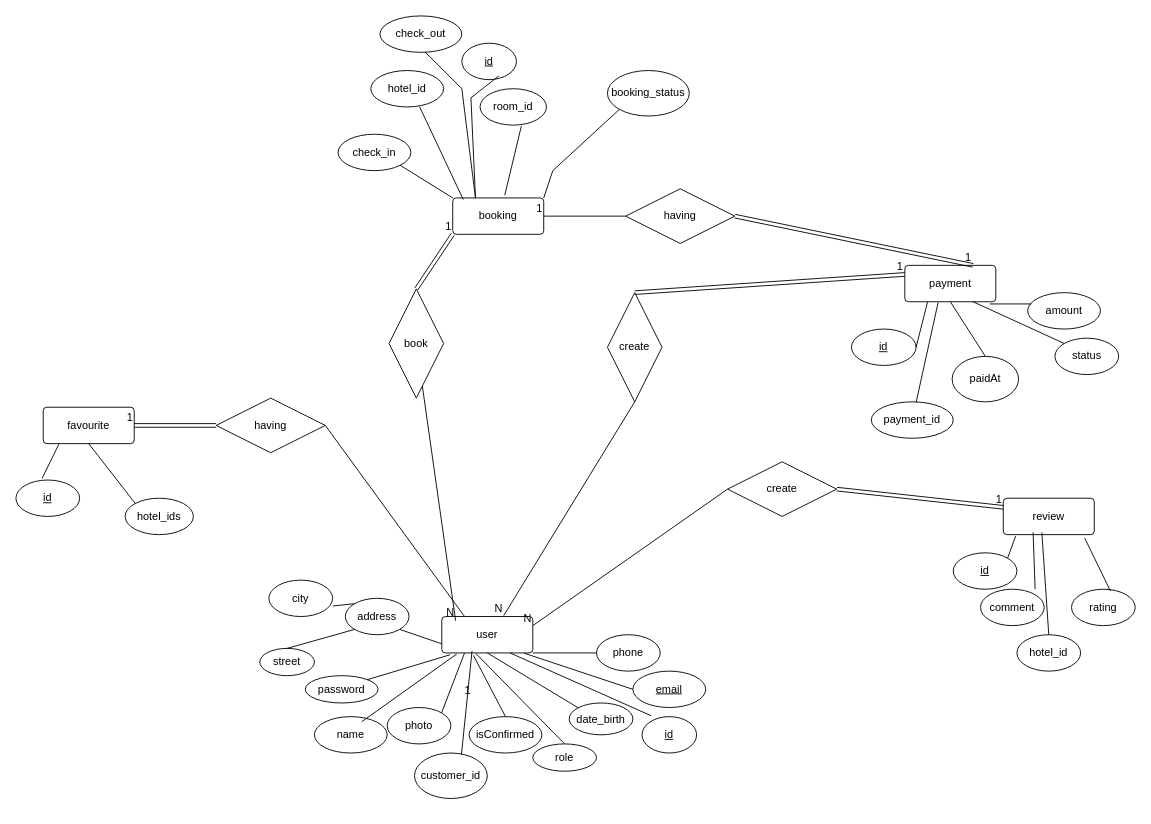
Earlier version of the draw.io diagram hotel_booking.drawio (Mohamedawad114/Hotel_Booking_System). Source tidied: cells renumbered, new cells numbered last; positions are measured from the earlier drawing's top-left corner, leaving out a move shared by most shapes. Both pictures are drawn from the tidied source at 91%, with x=0, y=0 at pixel (15, 15).
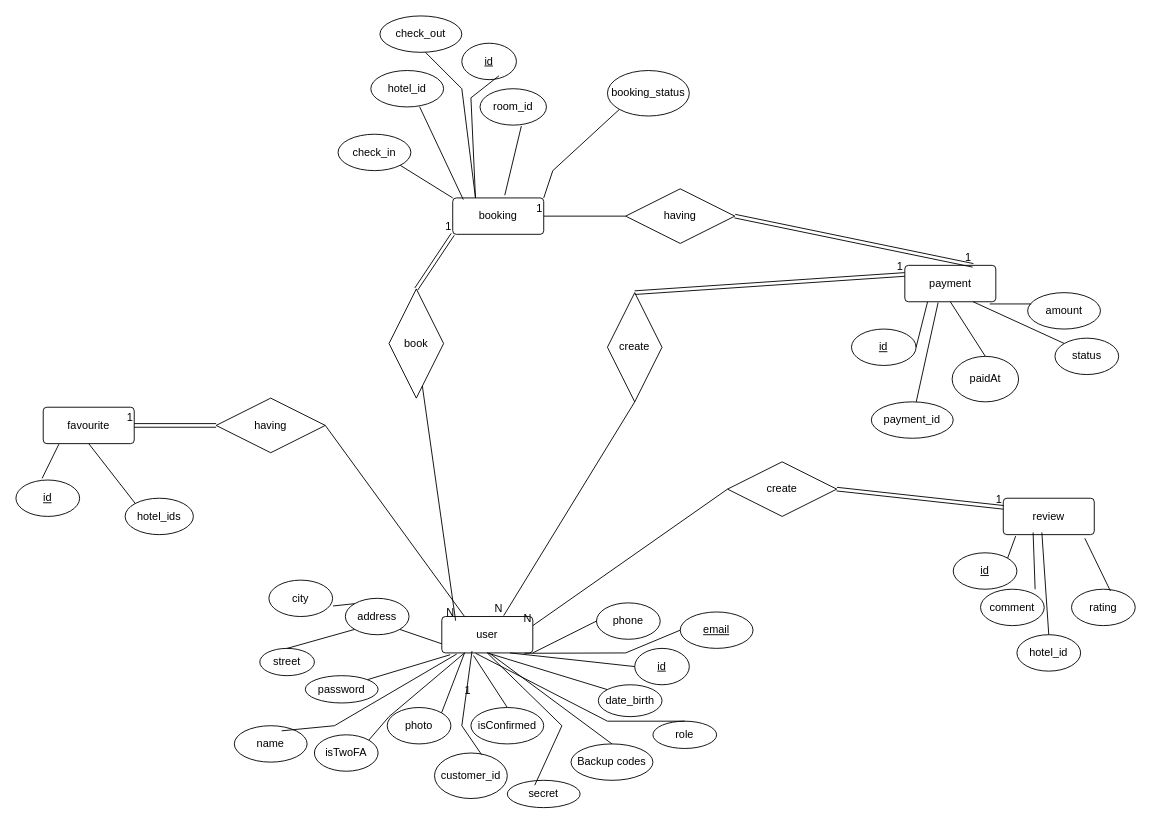
After the change.

The change refers to these unchanged cells:
```xml
<mxCell id="2" value="user" style="rounded=1;arcSize=10;whiteSpace=wrap;html=1;align=center;" parent="1" vertex="1">
  <mxGeometry x="468" y="660" width="100" height="40" as="geometry" />
</mxCell>
```

Diff of the diagram source:
```diff
@@
     <mxCell id="3" value="email" style="ellipse;whiteSpace=wrap;html=1;align=center;fontStyle=4;" parent="1" vertex="1">
-      <mxGeometry x="678" y="720" width="80" height="40" as="geometry" />
+      <mxGeometry x="730" y="655" width="80" height="40" as="geometry" />
     </mxCell>
     <mxCell id="4" value="id" style="ellipse;whiteSpace=wrap;html=1;align=center;fontStyle=4;" parent="1" vertex="1">
-      <mxGeometry x="688" y="770" width="60" height="40" as="geometry" />
+      <mxGeometry x="680" y="695" width="60" height="40" as="geometry" />
     </mxCell>
     <mxCell id="5" value="role" style="ellipse;whiteSpace=wrap;html=1;align=center;" parent="1" vertex="1">
-      <mxGeometry x="568" y="800" width="70" height="30" as="geometry" />
+      <mxGeometry x="700" y="775" width="70" height="30" as="geometry" />
     </mxCell>
     <mxCell id="6" value="name" style="ellipse;whiteSpace=wrap;html=1;align=center;" parent="1" vertex="1">
-      <mxGeometry x="328" y="770" width="80" height="40" as="geometry" />
+      <mxGeometry x="240" y="780" width="80" height="40" as="geometry" />
     </mxCell>
     <mxCell id="7" value="customer_id" style="ellipse;whiteSpace=wrap;html=1;align=center;" parent="1" vertex="1">
-      <mxGeometry x="438" y="810" width="80" height="50" as="geometry" />
+      <mxGeometry x="460" y="810" width="80" height="50" as="geometry" />
     </mxCell>
@@
     <mxCell id="9" value="phone" style="ellipse;whiteSpace=wrap;html=1;align=center;" parent="1" vertex="1">
-      <mxGeometry x="638" y="680" width="70" height="40" as="geometry" />
+      <mxGeometry x="638" y="645" width="70" height="40" as="geometry" />
     </mxCell>
@@
     <mxCell id="11" value="date_birth" style="ellipse;whiteSpace=wrap;html=1;align=center;" parent="1" vertex="1">
-      <mxGeometry x="608" y="755" width="70" height="35" as="geometry" />
+      <mxGeometry x="640" y="735" width="70" height="35" as="geometry" />
     </mxCell>
     <mxCell id="12" value="isConfirmed" style="ellipse;whiteSpace=wrap;html=1;align=center;" parent="1" vertex="1">
-      <mxGeometry x="498" y="770" width="80" height="40" as="geometry" />
+      <mxGeometry x="500" y="760" width="80" height="40" as="geometry" />
     </mxCell>
@@
     <mxCell id="18" style="endArrow=none;html=1;rounded=0;exitX=0.65;exitY=0.14;exitDx=0;exitDy=0;exitPerimeter=0;entryX=0.164;entryY=1.03;entryDx=0;entryDy=0;entryPerimeter=0;" parent="1" edge="1" source="6" target="2">
-      <mxGeometry relative="1" as="geometry" />
+      <mxGeometry relative="1" as="geometry">
+        <Array as="points">
+          <mxPoint x="350" y="780" />
+        </Array>
+      </mxGeometry>
     </mxCell>
@@
     <mxCell id="20" style="endArrow=none;html=1;rounded=0;exitX=0.645;exitY=0.032;exitDx=0;exitDy=0;exitPerimeter=0;entryX=0.332;entryY=0.95;entryDx=0;entryDy=0;entryPerimeter=0;" parent="1" edge="1" source="7" target="2">
-      <mxGeometry relative="1" as="geometry" />
+      <mxGeometry relative="1" as="geometry">
+        <Array as="points">
+          <mxPoint x="490" y="780" />
+        </Array>
+      </mxGeometry>
     </mxCell>
@@
     <mxCell id="22" style="endArrow=none;html=1;rounded=0;exitX=0.372;exitY=1.01;exitDx=0;exitDy=0;exitPerimeter=0;entryX=0.5;entryY=0;entryDx=0;entryDy=0;" parent="1" edge="1" source="2" target="5">
-      <mxGeometry relative="1" as="geometry" />
+      <mxGeometry relative="1" as="geometry">
+        <Array as="points">
+          <mxPoint x="650" y="775" />
+        </Array>
+      </mxGeometry>
     </mxCell>
@@
-    <mxCell id="24" style="endArrow=none;html=1;rounded=0;exitX=0.75;exitY=1;exitDx=0;exitDy=0;" parent="1" edge="1" source="2">
-      <mxGeometry relative="1" as="geometry">
-        <mxPoint x="698" y="769" as="targetPoint" />
-      </mxGeometry>
+    <mxCell id="24" style="endArrow=none;html=1;rounded=0;exitX=0.75;exitY=1;exitDx=0;exitDy=0;entryX=0;entryY=0.5;entryDx=0;entryDy=0;" parent="1" edge="1" source="2" target="4">
+      <mxGeometry relative="1" as="geometry" />
     </mxCell>
     <mxCell id="25" style="endArrow=none;html=1;rounded=0;exitX=0.908;exitY=1.01;exitDx=0;exitDy=0;exitPerimeter=0;entryX=0;entryY=0.5;entryDx=0;entryDy=0;" parent="1" edge="1" source="2" target="3">
-      <mxGeometry relative="1" as="geometry" />
+      <mxGeometry relative="1" as="geometry">
+        <Array as="points">
+          <mxPoint x="670" y="700" />
+        </Array>
+      </mxGeometry>
     </mxCell>
@@
+    <mxCell id="92" value="Backup codes" style="ellipse;whiteSpace=wrap;html=1;align=center;" parent="1" vertex="1">
+      <mxGeometry x="610" y="800" width="90" height="40" as="geometry" />
+    </mxCell>
+    <mxCell id="93" value="isTwoFA" style="ellipse;whiteSpace=wrap;html=1;align=center;" parent="1" vertex="1">
+      <mxGeometry x="328" y="790" width="70" height="40" as="geometry" />
+    </mxCell>
+    <mxCell id="94" value="secret" style="ellipse;whiteSpace=wrap;html=1;align=center;" parent="1" vertex="1">
+      <mxGeometry x="540" y="840" width="80" height="30" as="geometry" />
+    </mxCell>
+    <mxCell id="95" style="endArrow=none;html=1;rounded=0;entryX=0.5;entryY=0;entryDx=0;entryDy=0;" parent="1" edge="1" target="92">
+      <mxGeometry relative="1" as="geometry">
+        <mxPoint x="520" y="700" as="sourcePoint" />
+      </mxGeometry>
+    </mxCell>
+    <mxCell id="96" style="endArrow=none;html=1;rounded=0;exitX=0.377;exitY=0.177;exitDx=0;exitDy=0;exitPerimeter=0;entryX=0.5;entryY=1;entryDx=0;entryDy=0;" parent="1" edge="1" source="94" target="2">
+      <mxGeometry relative="1" as="geometry">
+        <Array as="points">
+          <mxPoint x="600" y="780" />
+        </Array>
+      </mxGeometry>
+    </mxCell>
+    <mxCell id="97" style="endArrow=none;html=1;rounded=0;exitX=1;exitY=0;exitDx=0;exitDy=0;entryX=0.25;entryY=1;entryDx=0;entryDy=0;" parent="1" edge="1" source="93" target="2">
+      <mxGeometry relative="1" as="geometry">
+        <Array as="points">
+          <mxPoint x="410" y="770" />
+        </Array>
+      </mxGeometry>
+    </mxCell>
```
